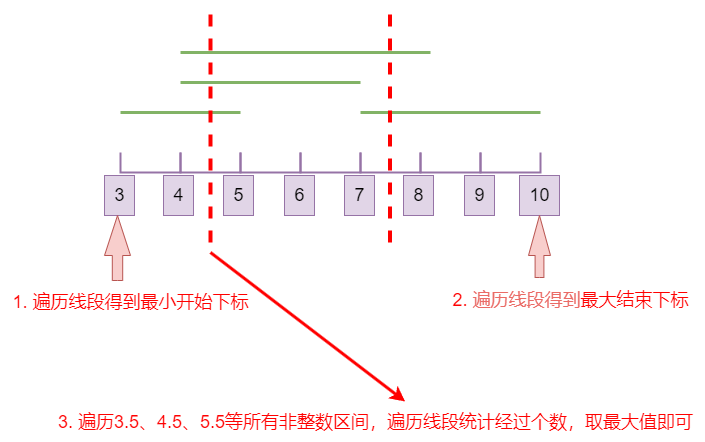
This is algrithem/heap_strengthen_heap.drawio.png from muxicode/c153080686, a draw.io export, as it was before one commit. Source tidied: cells renumbered, new cells last; positions are measured from the earlier drawing's top-left corner, leaving out a move shared by most shapes.
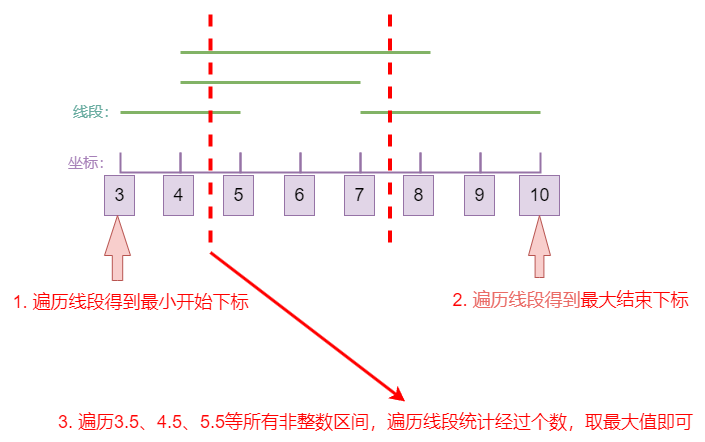
After the change.

The edit, as a diff of the source:
```diff
@@ -103,5 +103,11 @@
         <mxPoint x="210" y="250" as="sourcePoint" />
       </mxGeometry>
     </mxCell>
+    <mxCell id="29" value="&lt;font color=&quot;#a680b8&quot;&gt;坐标：&lt;/font&gt;" style="text;html=1;align=center;verticalAlign=middle;strokeColor=none;fillColor=none;fontSize=15;" parent="1" vertex="1">
+      <mxGeometry x="55" y="145" width="70" height="30" as="geometry" />
+    </mxCell>
+    <mxCell id="30" value="&lt;font color=&quot;#67ab9f&quot;&gt;线段：&lt;/font&gt;" style="text;html=1;align=center;verticalAlign=middle;strokeColor=none;fillColor=none;fontSize=15;" parent="1" vertex="1">
+      <mxGeometry x="60" y="94" width="70" height="30" as="geometry" />
+    </mxCell>
   </root>
 </mxGraphModel>
```
